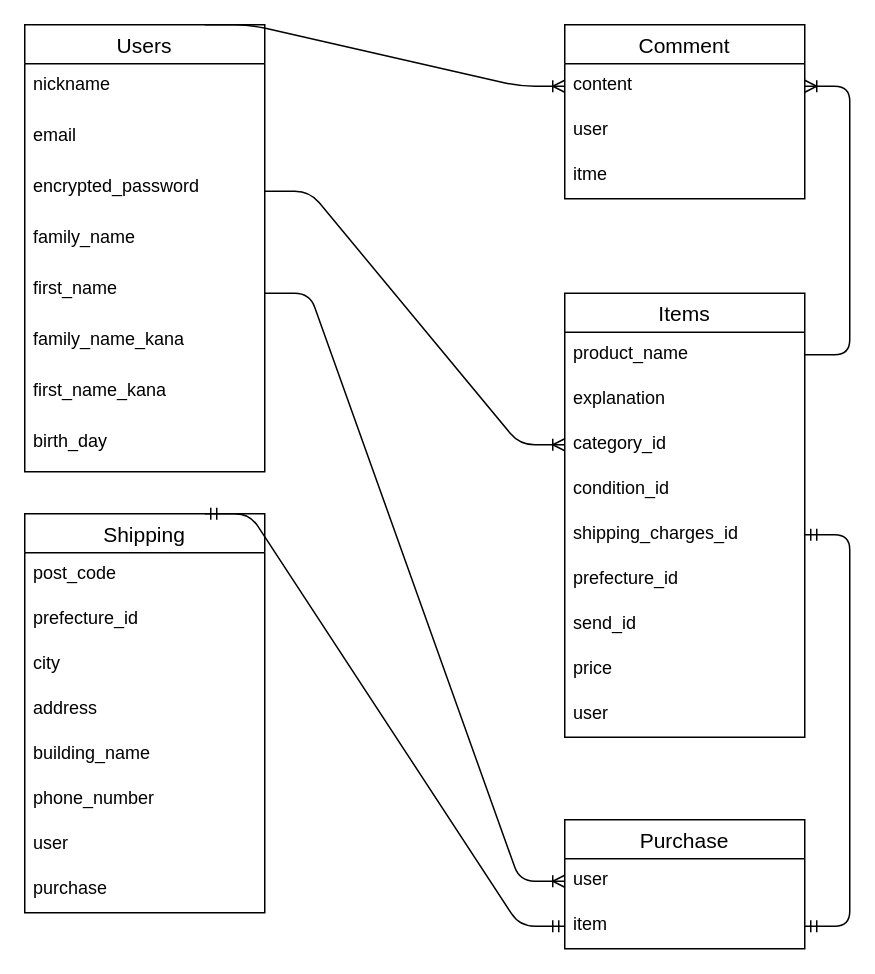
Before: ER.dio in Takapirorin/furima-37208, a draw.io diagram. Source tidied: cells renumbered, new cells numbered last; positions are measured from the earlier drawing's top-left corner, leaving out a move shared by most shapes. Both pictures are drawn from the tidied source at 150%, with x=0, y=0 at pixel (24, 24).
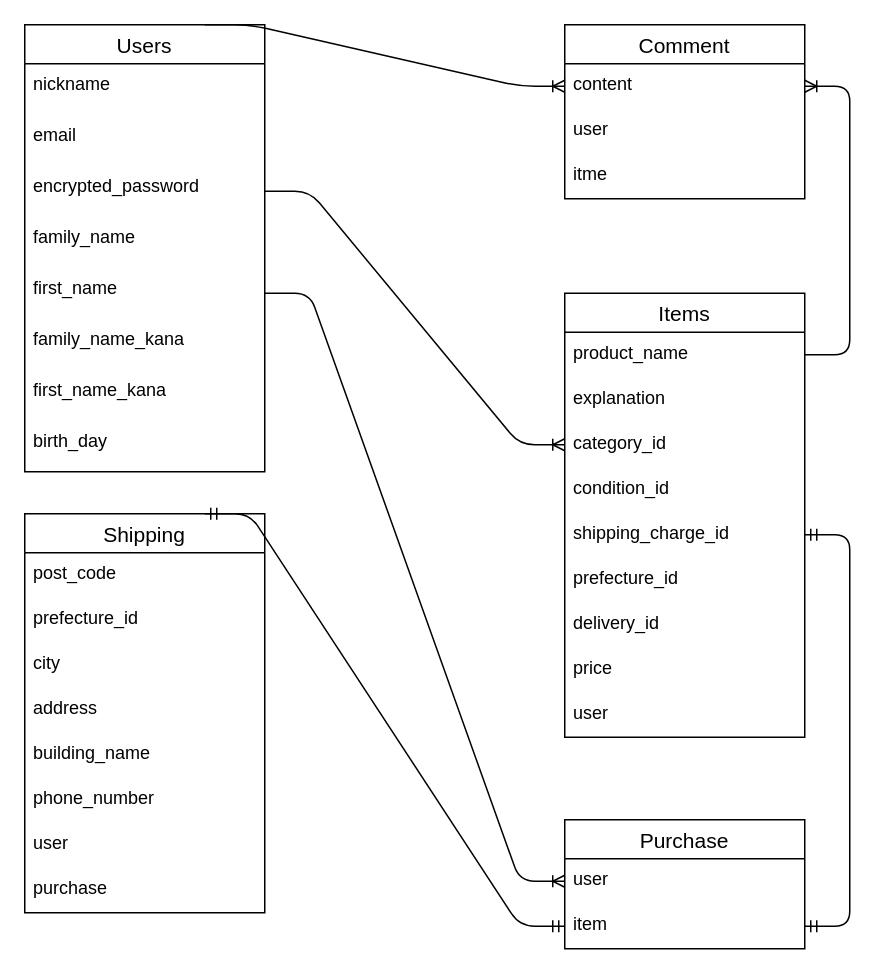
The same page after the edit.

Commit message (it also covers changes not shown here):
ER図・READMEの修正6

The change refers to these unchanged cells:
```xml
<mxCell id="11" value="Items" style="swimlane;fontStyle=0;horizontal=1;startSize=26;align=center;fontSize=14;" parent="1" vertex="1">
  <mxGeometry x="360" y="179" width="160" height="296" as="geometry" />
</mxCell>
```

Diff of the diagram source:
```diff
@@
-    <mxCell id="16" value="shipping_charges_id" style="text;strokeColor=none;fillColor=none;spacingLeft=4;spacingRight=4;overflow=hidden;points=[[0,0.5],[1,0.5]];portConstraint=eastwest;fontSize=12;" parent="11" vertex="1">
+    <mxCell id="16" value="shipping_charge_id" style="text;strokeColor=none;fillColor=none;spacingLeft=4;spacingRight=4;overflow=hidden;points=[[0,0.5],[1,0.5]];portConstraint=eastwest;fontSize=12;" parent="11" vertex="1">
       <mxGeometry y="146" width="160" height="30" as="geometry" />
     </mxCell>
@@
-    <mxCell id="18" value="send_id" style="text;strokeColor=none;fillColor=none;spacingLeft=4;spacingRight=4;overflow=hidden;fontSize=12;" parent="11" vertex="1">
+    <mxCell id="18" value="delivery_id" style="text;strokeColor=none;fillColor=none;spacingLeft=4;spacingRight=4;overflow=hidden;fontSize=12;" parent="11" vertex="1">
       <mxGeometry y="206" width="160" height="30" as="geometry" />
     </mxCell>
```
